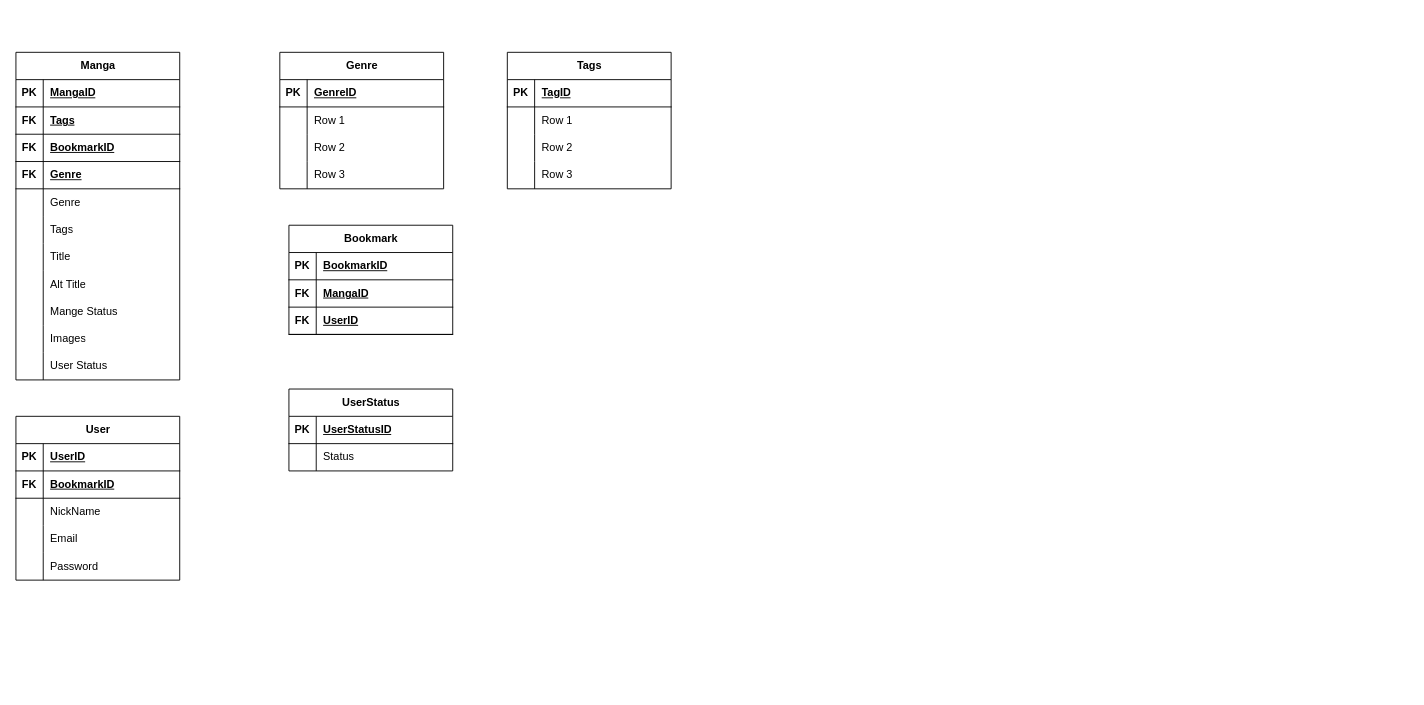
This is Untitled Diagram.drawio from ArataKido/MangaLore, a draw.io file, before an edit. Source tidied: cells renumbered, new cells numbered last; positions are measured from the earlier drawing's top-left corner, leaving out a move shared by most shapes. Both pictures are drawn from the tidied source at 91%, with x=0, y=0 at pixel (15, 52).
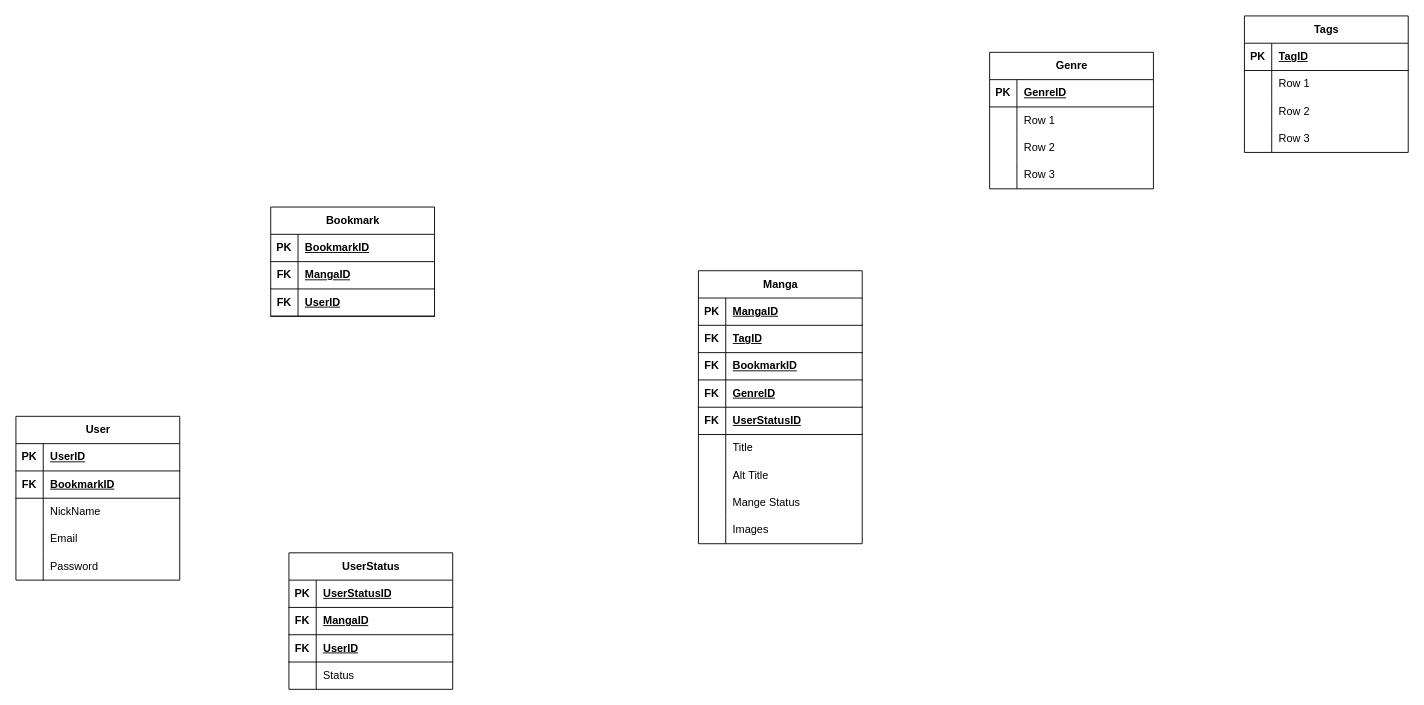
After the change.

Commit message:
Database Desing v 1.1

Unchanged cells that the change refers to:
```xml
<mxCell id="6" style="shape=tableRow;horizontal=0;startSize=0;swimlaneHead=0;swimlaneBody=0;fillColor=none;top=0;left=0;right=0;bottom=1;" parent="2" vertex="1">
  <mxGeometry y="60" width="180" height="30" as="geometry" />
</mxCell>
<mxCell id="12" style="shape=tableRow;horizontal=0;startSize=0;swimlaneHead=0;swimlaneBody=0;fillColor=none;top=0;left=0;right=0;bottom=1;" parent="2" vertex="1">
  <mxGeometry y="120" width="180" height="30" as="geometry" />
</mxCell>
```

Diff of the diagram source:
```diff
@@
     <mxCell id="2" value="Manga" style="shape=table;startSize=30;childLayout=tableLayout;rowLines=0;fontStyle=1;align=center;html=1;" parent="1" vertex="1">
-      <mxGeometry width="180" height="360" as="geometry" />
+      <mxGeometry x="750" y="240" width="180" height="300" as="geometry" />
     </mxCell>
@@
-    <mxCell id="8" value="Tags" style="shape=partialRectangle;fillColor=none;top=0;left=0;bottom=0;right=0;align=left;spacingLeft=6;fontStyle=5;overflow=hidden;whiteSpace=wrap;html=1;" parent="6" vertex="1">
+    <mxCell id="8" value="TagID" style="shape=partialRectangle;fillColor=none;top=0;left=0;bottom=0;right=0;align=left;spacingLeft=6;fontStyle=5;overflow=hidden;whiteSpace=wrap;html=1;" parent="6" vertex="1">
       <mxGeometry x="30" width="150" height="30" as="geometry" />
     </mxCell>
@@
-    <mxCell id="14" value="Genre" style="shape=partialRectangle;fillColor=none;top=0;left=0;bottom=0;right=0;align=left;spacingLeft=6;fontStyle=5;overflow=hidden;whiteSpace=wrap;html=1;" parent="12" vertex="1">
+    <mxCell id="14" value="GenreID" style="shape=partialRectangle;fillColor=none;top=0;left=0;bottom=0;right=0;align=left;spacingLeft=6;fontStyle=5;overflow=hidden;whiteSpace=wrap;html=1;" parent="12" vertex="1">
       <mxGeometry x="30" width="150" height="30" as="geometry" />
     </mxCell>
-    <mxCell id="15" style="shape=tableRow;horizontal=0;startSize=0;swimlaneHead=0;swimlaneBody=0;fillColor=none;top=0;left=0;right=0;bottom=0;" parent="2" vertex="1">
-      <mxGeometry y="150" width="180" height="30" as="geometry" />
-    </mxCell>
-    <mxCell id="16" style="shape=partialRectangle;fillColor=none;top=0;left=0;bottom=0;right=0;overflow=hidden;whiteSpace=wrap;html=1;" parent="15" vertex="1">
-      <mxGeometry width="30" height="30" as="geometry" />
-    </mxCell>
-    <mxCell id="17" value="Genre" style="shape=partialRectangle;fillColor=none;top=0;left=0;bottom=0;right=0;align=left;spacingLeft=6;overflow=hidden;whiteSpace=wrap;html=1;" parent="15" vertex="1">
-      <mxGeometry x="30" width="150" height="30" as="geometry" />
-    </mxCell>
-    <mxCell id="18" style="shape=tableRow;horizontal=0;startSize=0;swimlaneHead=0;swimlaneBody=0;fillColor=none;top=0;left=0;right=0;bottom=0;" parent="2" vertex="1">
-      <mxGeometry y="180" width="180" height="30" as="geometry" />
-    </mxCell>
-    <mxCell id="19" style="shape=partialRectangle;fillColor=none;top=0;left=0;bottom=0;right=0;overflow=hidden;whiteSpace=wrap;html=1;" parent="18" vertex="1">
-      <mxGeometry width="30" height="30" as="geometry" />
-    </mxCell>
-    <mxCell id="20" value="Tags" style="shape=partialRectangle;fillColor=none;top=0;left=0;bottom=0;right=0;align=left;spacingLeft=6;overflow=hidden;whiteSpace=wrap;html=1;" parent="18" vertex="1">
-      <mxGeometry x="30" width="150" height="30" as="geometry" />
-    </mxCell>
+    <mxCell id="95" style="shape=tableRow;horizontal=0;startSize=0;swimlaneHead=0;swimlaneBody=0;fillColor=none;top=0;left=0;right=0;bottom=1;" parent="2" vertex="1">
+      <mxGeometry y="150" width="180" height="30" as="geometry" />
+    </mxCell>
+    <mxCell id="96" value="FK" style="shape=partialRectangle;fillColor=none;top=0;left=0;bottom=0;right=0;fontStyle=1;overflow=hidden;whiteSpace=wrap;html=1;" parent="95" vertex="1">
+      <mxGeometry width="30" height="30" as="geometry" />
+    </mxCell>
+    <mxCell id="97" value="UserStatusID" style="shape=partialRectangle;fillColor=none;top=0;left=0;bottom=0;right=0;align=left;spacingLeft=6;fontStyle=5;overflow=hidden;whiteSpace=wrap;html=1;" parent="95" vertex="1">
+      <mxGeometry x="30" width="150" height="30" as="geometry" />
+    </mxCell>
     <mxCell id="21" style="shape=tableRow;horizontal=0;startSize=0;swimlaneHead=0;swimlaneBody=0;fillColor=none;top=0;left=0;right=0;bottom=0;" parent="2" vertex="1">
-      <mxGeometry y="210" width="180" height="30" as="geometry" />
+      <mxGeometry y="180" width="180" height="30" as="geometry" />
     </mxCell>
@@
     <mxCell id="24" style="shape=tableRow;horizontal=0;startSize=0;swimlaneHead=0;swimlaneBody=0;fillColor=none;top=0;left=0;right=0;bottom=0;" parent="2" vertex="1">
-      <mxGeometry y="240" width="180" height="30" as="geometry" />
+      <mxGeometry y="210" width="180" height="30" as="geometry" />
     </mxCell>
@@
     <mxCell id="27" style="shape=tableRow;horizontal=0;startSize=0;swimlaneHead=0;swimlaneBody=0;fillColor=none;top=0;left=0;right=0;bottom=0;" parent="2" vertex="1">
-      <mxGeometry y="270" width="180" height="30" as="geometry" />
+      <mxGeometry y="240" width="180" height="30" as="geometry" />
     </mxCell>
@@
     <mxCell id="30" style="shape=tableRow;horizontal=0;startSize=0;swimlaneHead=0;swimlaneBody=0;fillColor=none;top=0;left=0;right=0;bottom=0;" parent="2" vertex="1">
-      <mxGeometry y="300" width="180" height="30" as="geometry" />
+      <mxGeometry y="270" width="180" height="30" as="geometry" />
     </mxCell>
@@
-    <mxCell id="33" style="shape=tableRow;horizontal=0;startSize=0;swimlaneHead=0;swimlaneBody=0;fillColor=none;top=0;left=0;right=0;bottom=0;" parent="2" vertex="1">
-      <mxGeometry y="330" width="180" height="30" as="geometry" />
-    </mxCell>
-    <mxCell id="34" style="shape=partialRectangle;fillColor=none;top=0;left=0;bottom=0;right=0;overflow=hidden;whiteSpace=wrap;html=1;" parent="33" vertex="1">
-      <mxGeometry width="30" height="30" as="geometry" />
-    </mxCell>
-    <mxCell id="35" value="User Status" style="shape=partialRectangle;fillColor=none;top=0;left=0;bottom=0;right=0;align=left;spacingLeft=6;overflow=hidden;whiteSpace=wrap;html=1;" parent="33" vertex="1">
-      <mxGeometry x="30" width="150" height="30" as="geometry" />
-    </mxCell>
@@
     <mxCell id="52" value="Genre" style="shape=table;startSize=30;childLayout=tableLayout;rowLines=0;fontStyle=1;align=center;html=1;" parent="1" vertex="1">
-      <mxGeometry x="290" width="180" height="150" as="geometry" />
+      <mxGeometry x="1070" width="180" height="150" as="geometry" />
     </mxCell>
@@
     <mxCell id="65" value="Tags" style="shape=table;startSize=30;childLayout=tableLayout;rowLines=0;fontStyle=1;align=center;html=1;" parent="1" vertex="1">
-      <mxGeometry x="540" width="180" height="150" as="geometry" />
+      <mxGeometry x="1350" y="-40" width="180" height="150" as="geometry" />
     </mxCell>
@@
     <mxCell id="78" value="Bookmark" style="shape=table;startSize=30;childLayout=tableLayout;rowLines=0;fontStyle=1;align=center;html=1;" parent="1" vertex="1">
-      <mxGeometry x="300" y="190" width="180" height="120" as="geometry" />
+      <mxGeometry x="280" y="170" width="180" height="120" as="geometry" />
     </mxCell>
@@
     <mxCell id="88" value="UserStatus" style="shape=table;startSize=30;childLayout=tableLayout;rowLines=0;fontStyle=1;align=center;html=1;" parent="1" vertex="1">
-      <mxGeometry x="300" y="370" width="180" height="90" as="geometry" />
+      <mxGeometry x="300" y="550" width="180" height="150" as="geometry" />
     </mxCell>
@@
+    <mxCell id="98" style="shape=tableRow;horizontal=0;startSize=0;swimlaneHead=0;swimlaneBody=0;fillColor=none;top=0;left=0;right=0;bottom=1;" parent="88" vertex="1">
+      <mxGeometry y="60" width="180" height="30" as="geometry" />
+    </mxCell>
+    <mxCell id="99" value="FK" style="shape=partialRectangle;fillColor=none;top=0;left=0;bottom=0;right=0;fontStyle=1;overflow=hidden;whiteSpace=wrap;html=1;" parent="98" vertex="1">
+      <mxGeometry width="30" height="30" as="geometry" />
+    </mxCell>
+    <mxCell id="100" value="MangaID" style="shape=partialRectangle;fillColor=none;top=0;left=0;bottom=0;right=0;align=left;spacingLeft=6;fontStyle=5;overflow=hidden;whiteSpace=wrap;html=1;" parent="98" vertex="1">
+      <mxGeometry x="30" width="150" height="30" as="geometry" />
+    </mxCell>
+    <mxCell id="101" style="shape=tableRow;horizontal=0;startSize=0;swimlaneHead=0;swimlaneBody=0;fillColor=none;top=0;left=0;right=0;bottom=1;" parent="88" vertex="1">
+      <mxGeometry y="90" width="180" height="30" as="geometry" />
+    </mxCell>
+    <mxCell id="102" value="FK" style="shape=partialRectangle;fillColor=none;top=0;left=0;bottom=0;right=0;fontStyle=1;overflow=hidden;whiteSpace=wrap;html=1;" parent="101" vertex="1">
+      <mxGeometry width="30" height="30" as="geometry" />
+    </mxCell>
+    <mxCell id="103" value="UserID" style="shape=partialRectangle;fillColor=none;top=0;left=0;bottom=0;right=0;align=left;spacingLeft=6;fontStyle=5;overflow=hidden;whiteSpace=wrap;html=1;" parent="101" vertex="1">
+      <mxGeometry x="30" width="150" height="30" as="geometry" />
+    </mxCell>
     <mxCell id="92" style="shape=tableRow;horizontal=0;startSize=0;swimlaneHead=0;swimlaneBody=0;fillColor=none;top=0;left=0;right=0;bottom=0;" parent="88" vertex="1">
-      <mxGeometry y="60" width="180" height="30" as="geometry" />
+      <mxGeometry y="120" width="180" height="30" as="geometry" />
     </mxCell>
```
